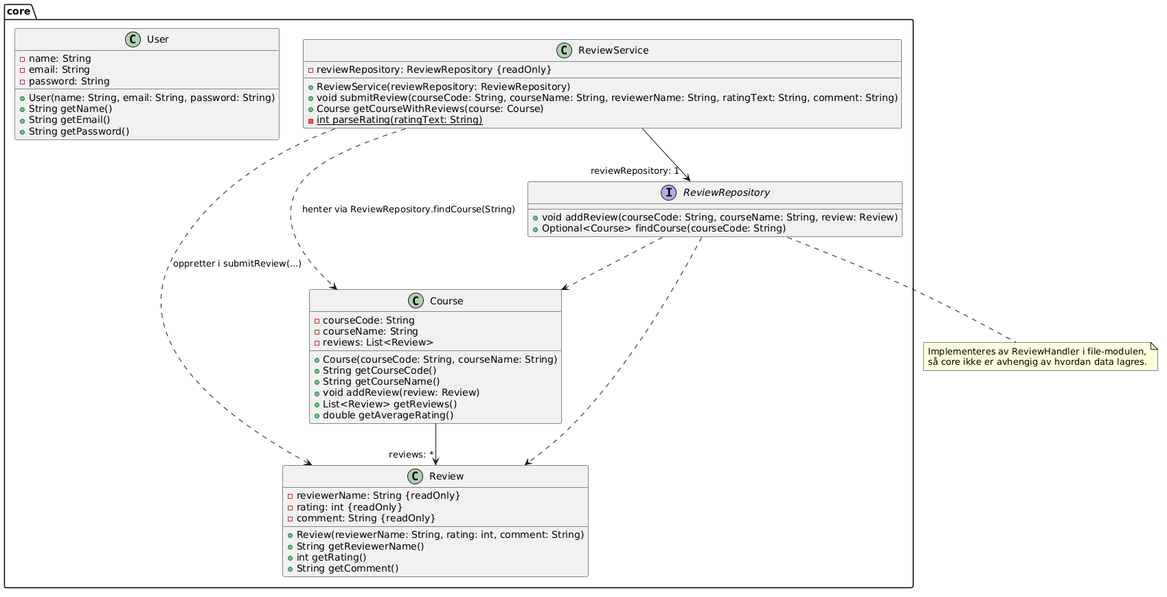
Before: arkitektur/png/klassediagramCore.png, a diagram exported from PlantUML (JesperBarosen/BIThub).
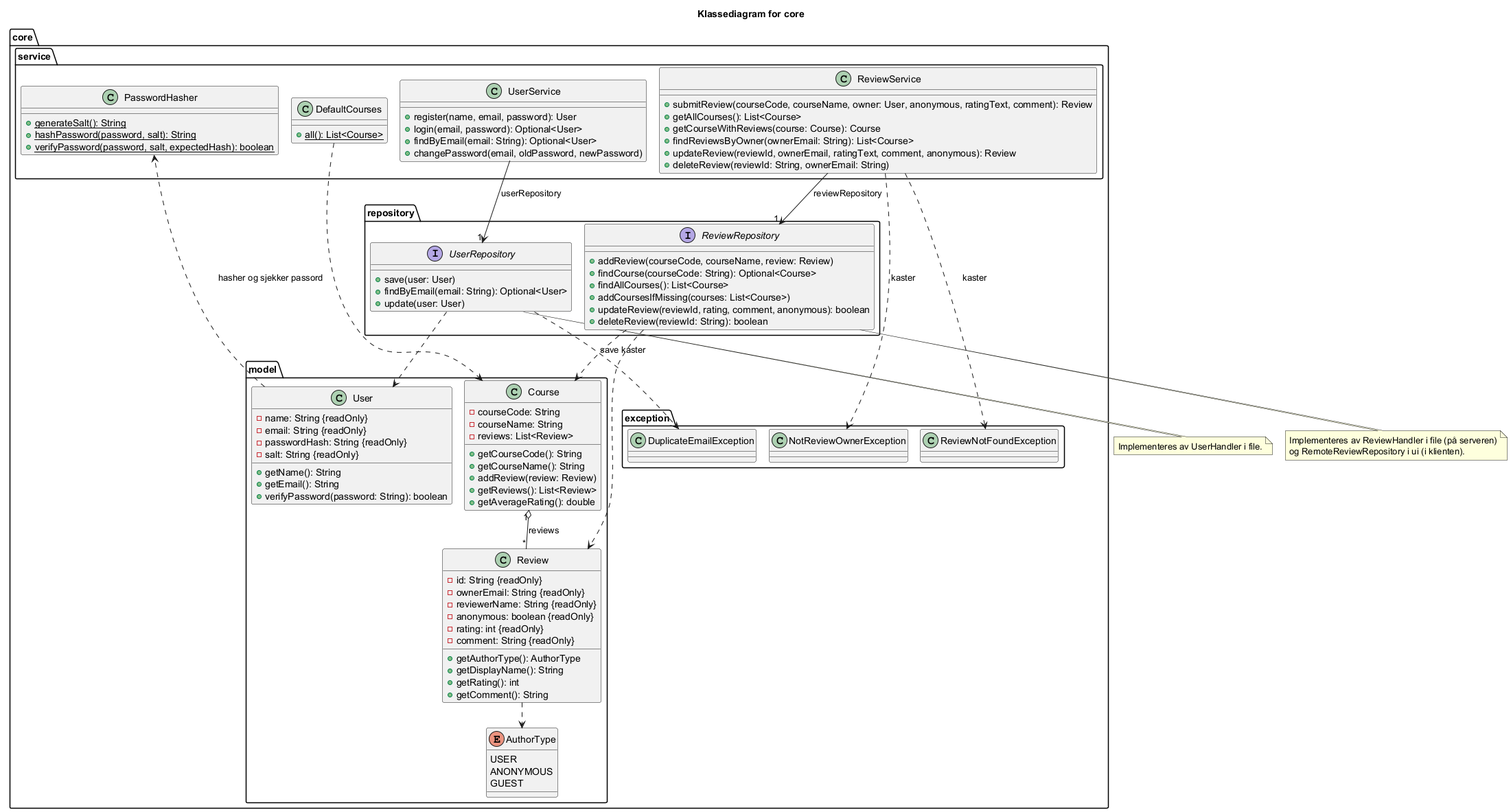
Above is the later version.

Commit message:
Oppdater klassediagrammene for core og file

The edit, as a diff of the source:
```diff
@@ -1,61 +1,123 @@
 @startuml
-package core {
+!pragma layout smetana
 
+title Klassediagram for core
+
+package core.model {
     class Course {
         - courseCode: String
         - courseName: String
         - reviews: List<Review>
-        + Course(courseCode: String, courseName: String)
-        + String getCourseCode()
-        + String getCourseName()
-        + void addReview(review: Review)
-        + List<Review> getReviews()
-        + double getAverageRating()
+        + getCourseCode(): String
+        + getCourseName(): String
+        + addReview(review: Review)
+        + getReviews(): List<Review>
+        + getAverageRating(): double
     }
 
     class Review {
+        - id: String {readOnly}
+        - ownerEmail: String {readOnly}
         - reviewerName: String {readOnly}
+        - anonymous: boolean {readOnly}
         - rating: int {readOnly}
         - comment: String {readOnly}
-        + Review(reviewerName: String, rating: int, comment: String)
-        + String getReviewerName()
-        + int getRating()
-        + String getComment()
+        + getAuthorType(): AuthorType
+        + getDisplayName(): String
+        + getRating(): int
+        + getComment(): String
+    }
+
+    enum AuthorType {
+        USER
+        ANONYMOUS
+        GUEST
     }
 
     class User {
-        - name: String
-        - email: String
-        - password: String
-        + User(name: String, email: String, password: String)
-        + String getName()
-        + String getEmail()
-        + String getPassword()
+        - name: String {readOnly}
+        - email: String {readOnly}
+        - passwordHash: String {readOnly}
+        - salt: String {readOnly}
+        + getName(): String
+        + getEmail(): String
+        + verifyPassword(password: String): boolean
+    }
+}
+
+package core.service {
+    class ReviewService {
+        + submitReview(courseCode, courseName, owner: User, anonymous, ratingText, comment): Review
+        + getAllCourses(): List<Course>
+        + getCourseWithReviews(course: Course): Course
+        + findReviewsByOwner(ownerEmail: String): List<Course>
+        + updateReview(reviewId, ownerEmail, ratingText, comment, anonymous): Review
+        + deleteReview(reviewId: String, ownerEmail: String)
     }
 
-    interface ReviewRepository {
-        + void addReview(courseCode: String, courseName: String, review: Review)
-        + Optional<Course> findCourse(courseCode: String)
+    class UserService {
+        + register(name, email, password): User
+        + login(email, password): Optional<User>
+        + findByEmail(email: String): Optional<User>
+        + changePassword(email, oldPassword, newPassword)
     }
 
-    class ReviewService {
-        - reviewRepository: ReviewRepository {readOnly}
-        + ReviewService(reviewRepository: ReviewRepository)
-        + void submitReview(courseCode: String, courseName: String, reviewerName: String, ratingText: String, comment: String)
-        + Course getCourseWithReviews(course: Course)
-        - {static} int parseRating(ratingText: String)
+    class PasswordHasher {
+        + {static} generateSalt(): String
+        + {static} hashPassword(password, salt): String
+        + {static} verifyPassword(password, salt, expectedHash): boolean
     }
 
-    Course --> "reviews: *" Review
-    ReviewService --> "reviewRepository: 1" ReviewRepository
-    ReviewService ..> Course : henter via ReviewRepository.findCourse(String)
-    ReviewService ..> Review : oppretter i submitReview(...)
-    ReviewRepository ..> Course
-    ReviewRepository ..> Review
+    class DefaultCourses {
+        + {static} all(): List<Course>
+    }
 }
 
+package core.repository {
+    interface ReviewRepository {
+        + addReview(courseCode, courseName, review: Review)
+        + findCourse(courseCode: String): Optional<Course>
+        + findAllCourses(): List<Course>
+        + addCoursesIfMissing(courses: List<Course>)
+        + updateReview(reviewId, rating, comment, anonymous): boolean
+        + deleteReview(reviewId: String): boolean
+    }
+
+    interface UserRepository {
+        + save(user: User)
+        + findByEmail(email: String): Optional<User>
+        + update(user: User)
+    }
+}
+
+package core.exception {
+    class ReviewNotFoundException
+    class NotReviewOwnerException
+    class DuplicateEmailException
+}
+
+Course "1" o-- "*" Review : reviews
+Review ..> AuthorType
+User ..> PasswordHasher : hasher og sjekker passord
+
+ReviewService --> "1" ReviewRepository : reviewRepository
+UserService --> "1" UserRepository : userRepository
+ReviewService ..> ReviewNotFoundException : kaster
+ReviewService ..> NotReviewOwnerException : kaster
+UserRepository ..> DuplicateEmailException : save kaster
+DefaultCourses ..> Course
+
+ReviewRepository ..> Course
+ReviewRepository ..> Review
+UserRepository ..> User
+
 note bottom of ReviewRepository
-  Implementeres av ReviewHandler i file-modulen,
-  så core ikke er avhengig av hvordan data lagres.
+  Implementeres av ReviewHandler i file (på serveren)
+  og RemoteReviewRepository i ui (i klienten).
 end note
+
+note bottom of UserRepository
+  Implementeres av UserHandler i file.
+end note
+
 @enduml
```
